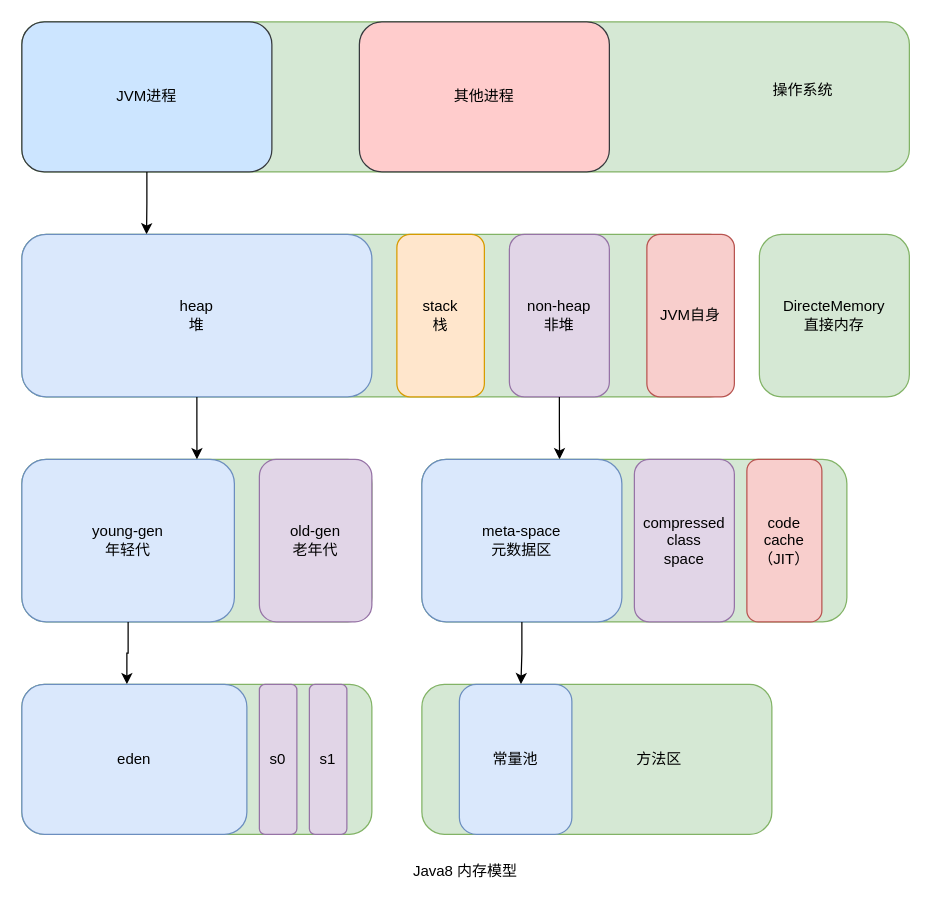
oliverschen/draw.io keeps this draw.io diagram as JDK/JVM.drawio. Above is the earlier version. Source tidied: cells renumbered, new cells numbered last; positions are measured from the earlier drawing's top-left corner, leaving out a move shared by most shapes. Both pictures are drawn from the tidied source at 125%, with x=0, y=0 at pixel (21, 21).
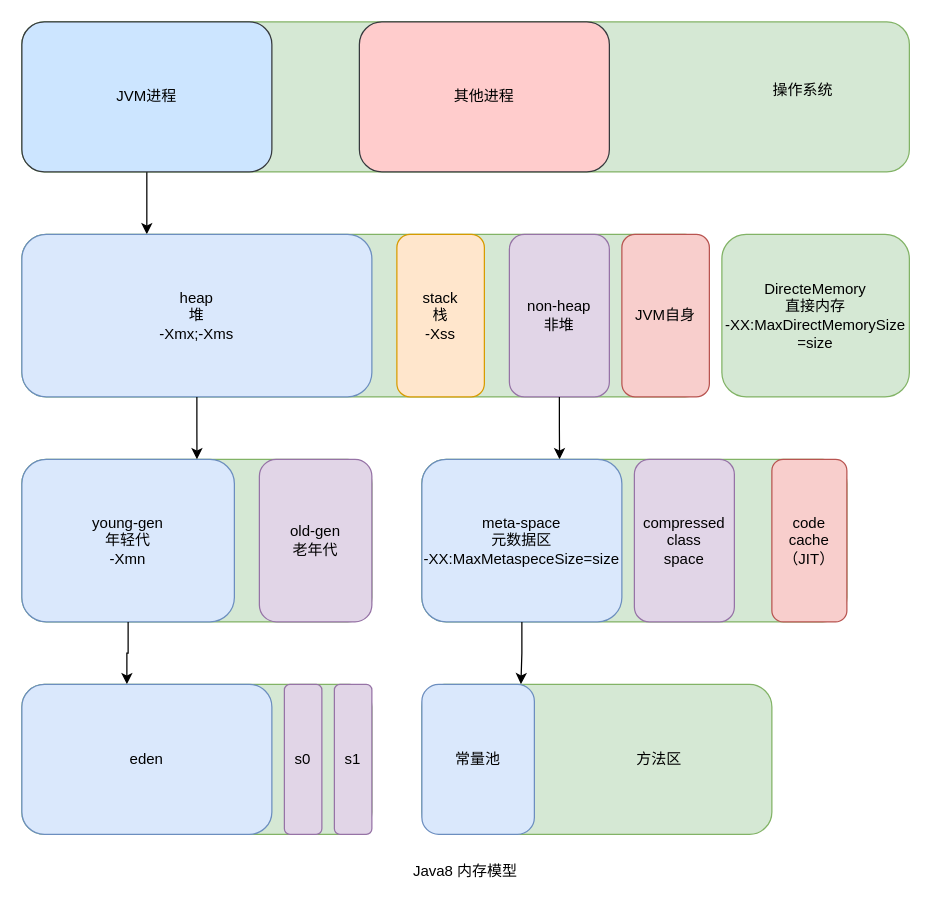
The same diagram, later.

The change refers to these unchanged cells:
```xml
<mxCell id="2" style="group;" parent="1" vertex="1">
  <mxGeometry width="710" height="700" as="geometry" />
</mxCell>
<mxCell id="5" value="JVM进程" style="rounded=1;whiteSpace=wrap;html=1;fillColor=#cce5ff;strokeColor=#36393d;" parent="2" vertex="1">
  <mxGeometry width="200" height="120" as="geometry" />
</mxCell>
```

What changed in the source:
```diff
@@
+    <mxCell id="33" style="edgeStyle=orthogonalEdgeStyle;rounded=0;jettySize=auto;html=1;entryX=0.357;entryY=0;entryDx=0;entryDy=0;entryPerimeter=0;" parent="2" edge="1" source="5" target="12">
+      <mxGeometry relative="1" as="geometry" />
+    </mxCell>
@@
     <mxCell id="7" style="rounded=1;whiteSpace=wrap;html=1;fillColor=#d5e8d4;strokeColor=#82b366;" parent="2" vertex="1">
-      <mxGeometry y="170" width="570" height="130" as="geometry" />
+      <mxGeometry y="170" width="550" height="130" as="geometry" />
     </mxCell>
-    <mxCell id="8" style="edgeStyle=orthogonalEdgeStyle;rounded=0;jettySize=auto;html=1;entryX=0.175;entryY=0;entryDx=0;entryDy=0;entryPerimeter=0;" parent="2" edge="1" source="5" target="7">
-      <mxGeometry relative="1" as="geometry" />
-    </mxCell>
-    <mxCell id="9" value="DirecteMemory&lt;br&gt;直接内存" style="rounded=1;whiteSpace=wrap;html=1;fillColor=#d5e8d4;strokeColor=#82b366;" parent="2" vertex="1">
-      <mxGeometry x="590" y="170" width="120" height="130" as="geometry" />
+    <mxCell id="9" value="DirecteMemory&lt;br&gt;直接内存&lt;br&gt;-XX:MaxDirectMemorySize&lt;br&gt;=size" style="rounded=1;whiteSpace=wrap;html=1;fillColor=#d5e8d4;strokeColor=#82b366;" parent="2" vertex="1">
+      <mxGeometry x="560" y="170" width="150" height="130" as="geometry" />
     </mxCell>
-    <mxCell id="10" value="stack&lt;br&gt;栈" style="rounded=1;whiteSpace=wrap;html=1;fillColor=#ffe6cc;strokeColor=#d79b00;" parent="2" vertex="1">
+    <mxCell id="10" value="stack&lt;br&gt;栈&lt;br&gt;-Xss" style="rounded=1;whiteSpace=wrap;html=1;fillColor=#ffe6cc;strokeColor=#d79b00;" parent="2" vertex="1">
       <mxGeometry x="300" y="170" width="70" height="130" as="geometry" />
     </mxCell>
     <mxCell id="11" value="JVM自身" style="rounded=1;whiteSpace=wrap;html=1;fillColor=#f8cecc;strokeColor=#b85450;" parent="2" vertex="1">
-      <mxGeometry x="500" y="170" width="70" height="130" as="geometry" />
+      <mxGeometry x="480" y="170" width="70" height="130" as="geometry" />
     </mxCell>
-    <mxCell id="12" value="heap&lt;br&gt;堆" style="rounded=1;whiteSpace=wrap;html=1;fillColor=#dae8fc;strokeColor=#6c8ebf;" parent="2" vertex="1">
+    <mxCell id="12" value="heap&lt;br&gt;堆&lt;br&gt;-Xmx;-Xms" style="rounded=1;whiteSpace=wrap;html=1;fillColor=#dae8fc;strokeColor=#6c8ebf;" parent="2" vertex="1">
       <mxGeometry y="170" width="280" height="130" as="geometry" />
     </mxCell>
@@
-    <mxCell id="15" value="young-gen&lt;br&gt;年轻代" style="rounded=1;whiteSpace=wrap;html=1;fillColor=#dae8fc;strokeColor=#6c8ebf;" parent="2" vertex="1">
+    <mxCell id="15" value="young-gen&lt;br&gt;年轻代&lt;br&gt;-Xmn" style="rounded=1;whiteSpace=wrap;html=1;fillColor=#dae8fc;strokeColor=#6c8ebf;" parent="2" vertex="1">
       <mxGeometry y="350" width="170" height="130" as="geometry" />
     </mxCell>
@@
     <mxCell id="20" value="eden" style="rounded=1;whiteSpace=wrap;html=1;fillColor=#dae8fc;strokeColor=#6c8ebf;" parent="2" vertex="1">
-      <mxGeometry y="530" width="180" height="120" as="geometry" />
+      <mxGeometry y="530" width="200" height="120" as="geometry" />
     </mxCell>
     <mxCell id="21" value="s0" style="rounded=1;whiteSpace=wrap;html=1;fillColor=#e1d5e7;strokeColor=#9673a6;" parent="2" vertex="1">
-      <mxGeometry x="190" y="530" width="30" height="120" as="geometry" />
+      <mxGeometry x="210" y="530" width="30" height="120" as="geometry" />
     </mxCell>
     <mxCell id="22" value="s1" style="rounded=1;whiteSpace=wrap;html=1;fillColor=#e1d5e7;strokeColor=#9673a6;" parent="2" vertex="1">
-      <mxGeometry x="230" y="530" width="30" height="120" as="geometry" />
+      <mxGeometry x="250" y="530" width="30" height="120" as="geometry" />
     </mxCell>
@@
-    <mxCell id="25" value="meta-space&lt;br&gt;元数据区" style="rounded=1;whiteSpace=wrap;html=1;fillColor=#dae8fc;strokeColor=#6c8ebf;" parent="2" vertex="1">
+    <mxCell id="25" value="meta-space&lt;br&gt;元数据区&lt;br&gt;-XX:MaxMetaspeceSize=size" style="rounded=1;whiteSpace=wrap;html=1;fillColor=#dae8fc;strokeColor=#6c8ebf;" parent="2" vertex="1">
       <mxGeometry x="320" y="350" width="160" height="130" as="geometry" />
     </mxCell>
@@
     <mxCell id="27" value="code&lt;br&gt;cache&lt;br&gt;（JIT）" style="rounded=1;whiteSpace=wrap;html=1;fillColor=#f8cecc;strokeColor=#b85450;" parent="2" vertex="1">
-      <mxGeometry x="580" y="350" width="60" height="130" as="geometry" />
+      <mxGeometry x="600" y="350" width="60" height="130" as="geometry" />
     </mxCell>
@@
     <mxCell id="30" value="常量池" style="rounded=1;whiteSpace=wrap;html=1;fillColor=#dae8fc;strokeColor=#6c8ebf;" parent="2" vertex="1">
-      <mxGeometry x="350" y="530" width="90" height="120" as="geometry" />
+      <mxGeometry x="320" y="530" width="90" height="120" as="geometry" />
     </mxCell>
```
